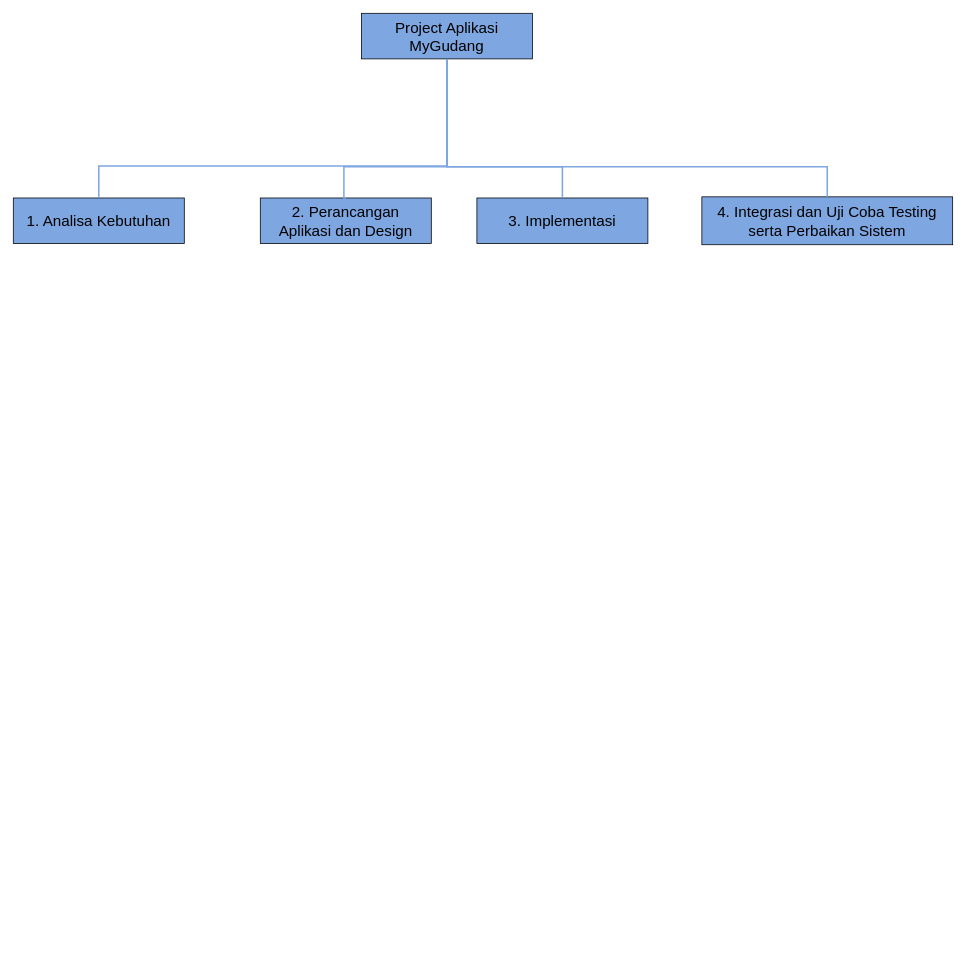
The draw.io diagram WBS.drawio in Kantrawibawa10/Draw-I-O, before the edit. Source tidied: cells renumbered, new cells numbered last; positions are measured from the earlier drawing's top-left corner, leaving out a move shared by most shapes. Both pictures are drawn from the tidied source at 76%, with x=0, y=0 at pixel (13, 13).
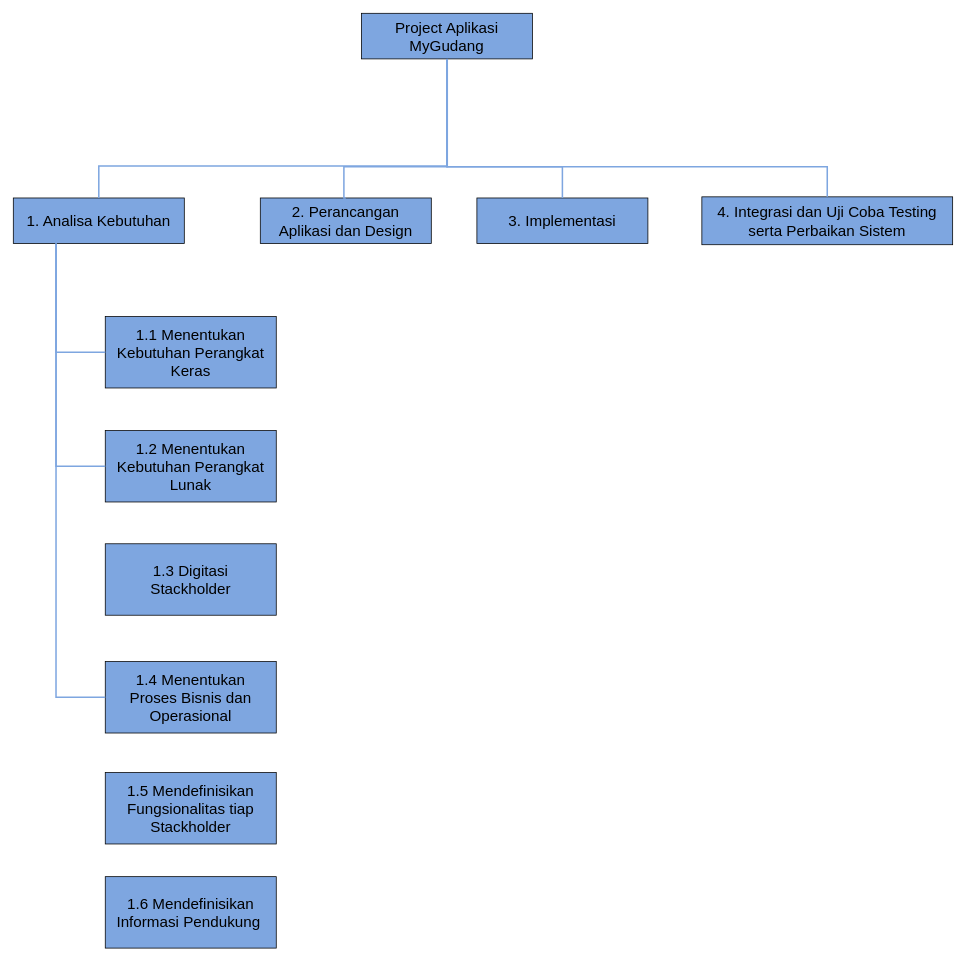
Above is the later version.

The change refers to these unchanged cells:
```xml
<mxCell id="3" value="&lt;span style=&quot;font-size: 20px;&quot;&gt;1. Analisa Kebutuhan&lt;/span&gt;" style="rounded=0;whiteSpace=wrap;html=1;fontSize=16;fillColor=#7EA6E0;" parent="1" vertex="1">
  <mxGeometry y="243" width="225" height="60" as="geometry" />
</mxCell>
```

What changed in the source:
```diff
@@
+    <mxCell id="11" value="&lt;span style=&quot;font-size: 20px;&quot;&gt;1.1 Menentukan Kebutuhan Perangkat Keras&lt;/span&gt;" style="rounded=0;whiteSpace=wrap;html=1;fontSize=16;fillColor=#7EA6E0;" parent="1" vertex="1">
+      <mxGeometry x="121" y="399" width="225" height="94" as="geometry" />
+    </mxCell>
+    <mxCell id="12" value="&lt;span style=&quot;font-size: 20px;&quot;&gt;1.2 Menentukan Kebutuhan Perangkat Lunak&lt;/span&gt;" style="rounded=0;whiteSpace=wrap;html=1;fontSize=16;fillColor=#7EA6E0;" parent="1" vertex="1">
+      <mxGeometry x="121" y="549" width="225" height="94" as="geometry" />
+    </mxCell>
+    <mxCell id="13" value="&lt;span style=&quot;font-size: 20px;&quot;&gt;1.3 Digitasi &lt;br&gt;Stackholder&lt;/span&gt;" style="rounded=0;whiteSpace=wrap;html=1;fontSize=16;fillColor=#7EA6E0;" parent="1" vertex="1">
+      <mxGeometry x="121" y="698" width="225" height="94" as="geometry" />
+    </mxCell>
+    <mxCell id="14" value="&lt;span style=&quot;font-size: 20px;&quot;&gt;1.4 Menentukan &lt;br&gt;Proses Bisnis dan Operasional&lt;/span&gt;" style="rounded=0;whiteSpace=wrap;html=1;fontSize=16;fillColor=#7EA6E0;" parent="1" vertex="1">
+      <mxGeometry x="121" y="853" width="225" height="94" as="geometry" />
+    </mxCell>
+    <mxCell id="15" style="edgeStyle=segmentEdgeStyle;endArrow=none;html=1;curved=0;rounded=0;endSize=8;startSize=8;fontSize=12;exitX=0;exitY=0.5;exitDx=0;exitDy=0;strokeColor=#7EA6E0;strokeWidth=2;endFill=0;entryX=0.25;entryY=1;entryDx=0;entryDy=0;" parent="1" edge="1" source="11" target="3">
+      <mxGeometry relative="1" as="geometry">
+        <Array as="points">
+          <mxPoint x="56" y="446" />
+        </Array>
+      </mxGeometry>
+    </mxCell>
+    <mxCell id="16" style="edgeStyle=segmentEdgeStyle;endArrow=none;html=1;curved=0;rounded=0;endSize=8;startSize=8;fontSize=12;exitX=0;exitY=0.5;exitDx=0;exitDy=0;strokeColor=#7EA6E0;strokeWidth=2;endFill=0;entryX=0.25;entryY=1;entryDx=0;entryDy=0;" parent="1" edge="1" source="12" target="3">
+      <mxGeometry relative="1" as="geometry">
+        <Array as="points">
+          <mxPoint x="56" y="596" />
+        </Array>
+      </mxGeometry>
+    </mxCell>
+    <mxCell id="17" style="edgeStyle=segmentEdgeStyle;endArrow=none;html=1;curved=0;rounded=0;endSize=8;startSize=8;fontSize=12;exitX=0;exitY=0.5;exitDx=0;exitDy=0;strokeColor=#7EA6E0;strokeWidth=2;endFill=0;entryX=0.25;entryY=1;entryDx=0;entryDy=0;" parent="1" edge="1" source="14" target="3">
+      <mxGeometry relative="1" as="geometry">
+        <Array as="points">
+          <mxPoint x="56" y="900" />
+        </Array>
+      </mxGeometry>
+    </mxCell>
+    <mxCell id="18" value="&lt;span style=&quot;font-size: 20px;&quot;&gt;1.5 Mendefinisikan Fungsionalitas tiap Stackholder&lt;/span&gt;" style="rounded=0;whiteSpace=wrap;html=1;fontSize=16;fillColor=#7EA6E0;" parent="1" vertex="1">
+      <mxGeometry x="121" y="999" width="225" height="94" as="geometry" />
+    </mxCell>
+    <mxCell id="19" value="&lt;span style=&quot;font-size: 20px;&quot;&gt;1.6 Mendefinisikan Informasi Pendukung&amp;nbsp;&lt;/span&gt;" style="rounded=0;whiteSpace=wrap;html=1;fontSize=16;fillColor=#7EA6E0;" parent="1" vertex="1">
+      <mxGeometry x="121" y="1136" width="225" height="94" as="geometry" />
+    </mxCell>
```
